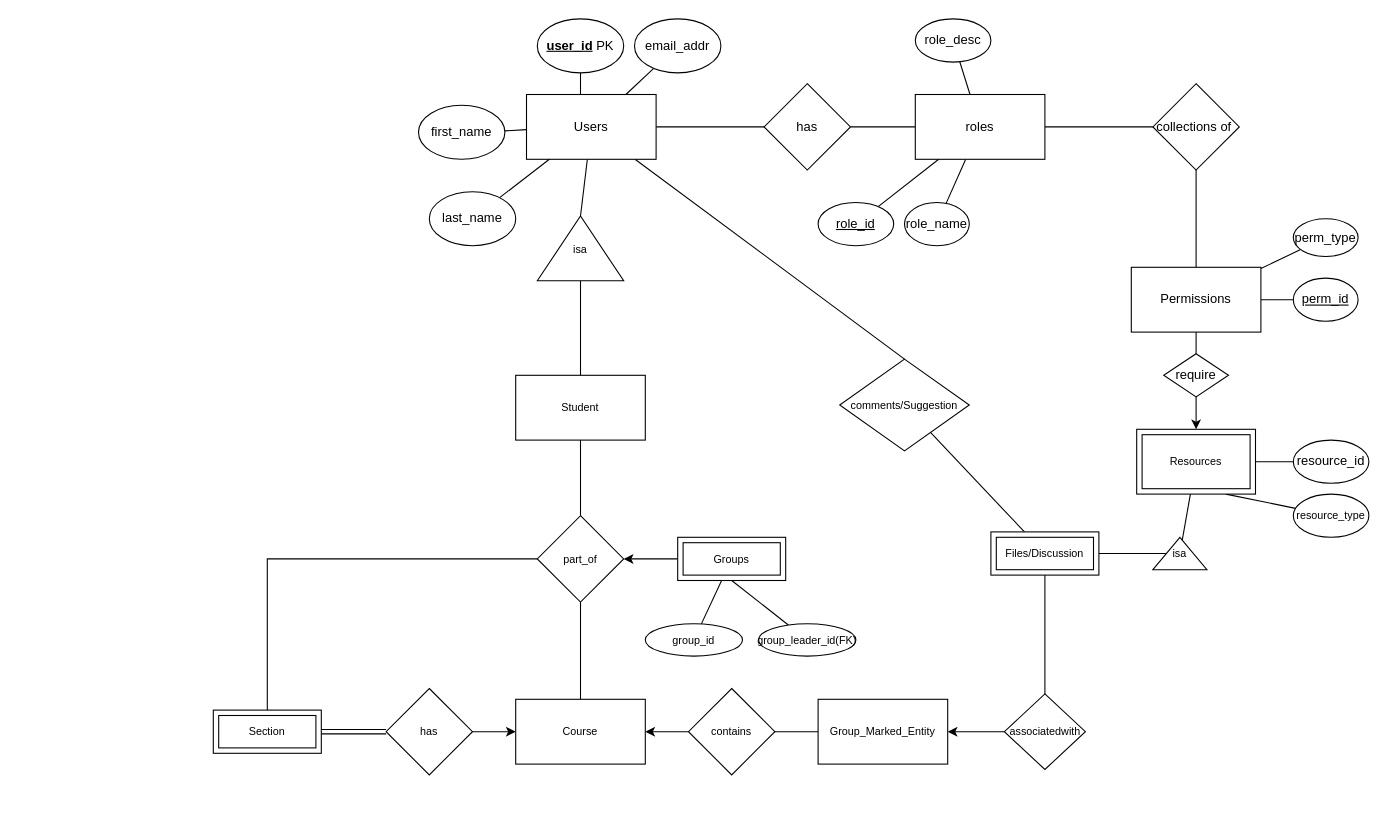
Earlier version of the draw.io diagram ERdiagram.drawio (5531CGASystem/CGA). Source tidied: cells renumbered, new cells numbered last; positions are measured from the earlier drawing's top-left corner, leaving out a move shared by most shapes. Both pictures are drawn from the tidied source at 108%, with x=0, y=0 at pixel (213, 18).
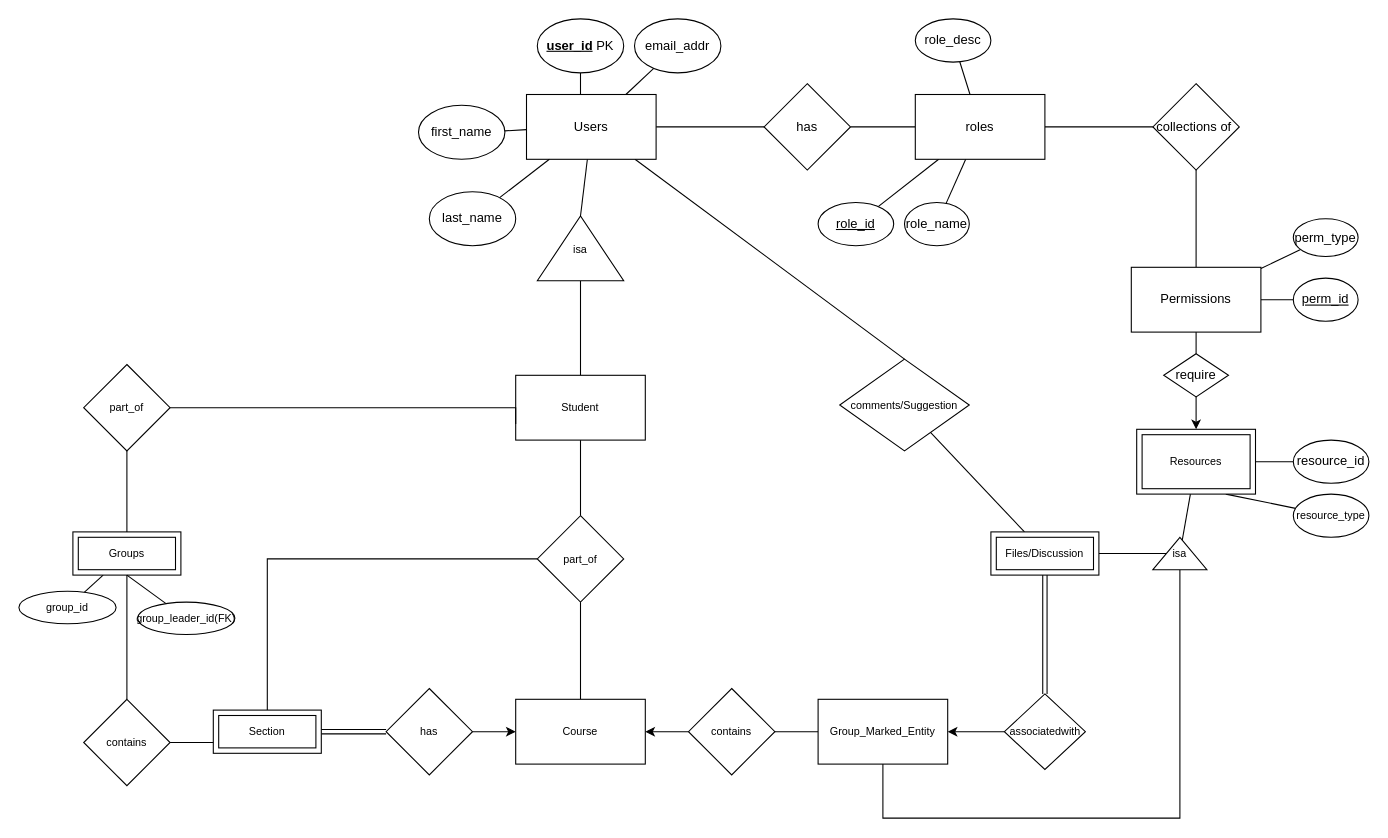
The same diagram, later.

Unchanged cells that the change refers to:
```xml
<mxCell id="41" value="Student" style="whiteSpace=wrap;html=1;fontSize=10;" parent="1" vertex="1">
  <mxGeometry x="280" y="330" width="120" height="60" as="geometry" />
</mxCell>
<mxCell id="44" value="part_of" style="rhombus;whiteSpace=wrap;html=1;fontSize=10;" parent="1" vertex="1">
  <mxGeometry x="300" y="460" width="80" height="80" as="geometry" />
</mxCell>
<mxCell id="51" value="Section" style="shape=ext;margin=3;double=1;whiteSpace=wrap;html=1;align=center;fontSize=10;strokeColor=default;fillColor=default;" parent="1" vertex="1">
  <mxGeometry y="640" width="100" height="40" as="geometry" />
</mxCell>
<mxCell id="57" value="Group_Marked_Entity" style="whiteSpace=wrap;html=1;fontSize=10;" parent="1" vertex="1">
  <mxGeometry x="560" y="630" width="120" height="60" as="geometry" />
</mxCell>
<mxCell id="64" value="isa" style="triangle;whiteSpace=wrap;html=1;fontSize=10;direction=north;" parent="1" vertex="1">
  <mxGeometry x="870" y="480" width="50" height="30" as="geometry" />
</mxCell>
<mxCell id="66" value="associatedwith" style="rhombus;whiteSpace=wrap;html=1;fontSize=10;" parent="1" vertex="1">
  <mxGeometry x="732.5" y="625" width="75" height="70" as="geometry" />
</mxCell>
<mxCell id="68" value="Files/Discussion" style="shape=ext;margin=3;double=1;whiteSpace=wrap;html=1;align=center;fontSize=10;strokeColor=default;fillColor=default;" parent="1" vertex="1">
  <mxGeometry x="720" y="475" width="100" height="40" as="geometry" />
</mxCell>
```

The edit, as a diff of the source:
```diff
@@
-    <mxCell id="43" style="edgeStyle=none;rounded=0;jettySize=auto;html=1;entryX=0;entryY=0.5;entryDx=0;entryDy=0;fontSize=10;startArrow=classic;startFill=1;endArrow=none;endFill=0;" parent="1" edge="1" source="44">
-      <mxGeometry relative="1" as="geometry">
-        <mxPoint x="430" y="500" as="targetPoint" />
-      </mxGeometry>
-    </mxCell>
@@
+    <mxCell id="70" style="edgeStyle=orthogonalEdgeStyle;rounded=0;jettySize=auto;html=1;entryX=0;entryY=0.5;entryDx=0;entryDy=0;endArrow=none;endFill=0;" parent="1" edge="1" source="57" target="64">
+      <mxGeometry relative="1" as="geometry">
+        <Array as="points">
+          <mxPoint x="620" y="740" />
+          <mxPoint x="895" y="740" />
+        </Array>
+      </mxGeometry>
+    </mxCell>
@@
+    <mxCell id="71" style="edgeStyle=orthogonalEdgeStyle;rounded=0;jettySize=auto;html=1;endArrow=none;endFill=0;" parent="1" edge="1" source="59" target="73">
+      <mxGeometry relative="1" as="geometry" />
+    </mxCell>
     <mxCell id="59" value="Groups" style="shape=ext;margin=3;double=1;whiteSpace=wrap;html=1;align=center;fontSize=10;strokeColor=default;fillColor=default;" parent="1" vertex="1">
-      <mxGeometry x="430" y="480" width="100" height="40" as="geometry" />
+      <mxGeometry x="-130" y="475" width="100" height="40" as="geometry" />
     </mxCell>
     <mxCell id="60" value="group_id" style="ellipse;whiteSpace=wrap;html=1;fontSize=10;" parent="1" vertex="1">
-      <mxGeometry x="400" y="560" width="90" height="30" as="geometry" />
+      <mxGeometry x="-180" y="530" width="90" height="30" as="geometry" />
     </mxCell>
@@
     <mxCell id="62" value="group_leader_id(FK)" style="ellipse;whiteSpace=wrap;html=1;fontSize=10;" parent="1" vertex="1">
-      <mxGeometry x="505" y="560" width="90" height="30" as="geometry" />
+      <mxGeometry x="-70" y="540" width="90" height="30" as="geometry" />
     </mxCell>
@@
-    <mxCell id="65" style="edgeStyle=none;rounded=0;jettySize=auto;html=1;fontSize=10;startArrow=none;startFill=0;endArrow=none;endFill=0;exitX=0.5;exitY=1;exitDx=0;exitDy=0;" parent="1" edge="1" source="68" target="66">
+    <mxCell id="65" style="edgeStyle=none;rounded=0;jettySize=auto;html=1;fontSize=10;startArrow=none;startFill=0;endArrow=none;endFill=0;exitX=0.5;exitY=1;exitDx=0;exitDy=0;shape=link;" parent="1" edge="1" source="68" target="66">
       <mxGeometry relative="1" as="geometry" />
     </mxCell>
@@
+    <mxCell id="72" style="edgeStyle=orthogonalEdgeStyle;rounded=0;jettySize=auto;html=1;entryX=0;entryY=0.75;entryDx=0;entryDy=0;endArrow=none;endFill=0;" parent="1" edge="1" source="73" target="51">
+      <mxGeometry relative="1" as="geometry" />
+    </mxCell>
+    <mxCell id="73" value="contains" style="rhombus;whiteSpace=wrap;html=1;fontSize=10;" parent="1" vertex="1">
+      <mxGeometry x="-120" y="630" width="80" height="80" as="geometry" />
+    </mxCell>
+    <mxCell id="74" style="edgeStyle=orthogonalEdgeStyle;rounded=0;jettySize=auto;html=1;entryX=0;entryY=0.75;entryDx=0;entryDy=0;endArrow=none;endFill=0;" parent="1" edge="1" source="76" target="41">
+      <mxGeometry relative="1" as="geometry">
+        <Array as="points">
+          <mxPoint x="280" y="360" />
+        </Array>
+      </mxGeometry>
+    </mxCell>
+    <mxCell id="75" style="edgeStyle=orthogonalEdgeStyle;rounded=0;jettySize=auto;html=1;endArrow=none;endFill=0;startArrow=none;startFill=0;" parent="1" edge="1" source="76" target="59">
+      <mxGeometry relative="1" as="geometry" />
+    </mxCell>
+    <mxCell id="76" value="part_of" style="rhombus;whiteSpace=wrap;html=1;fontSize=10;" parent="1" vertex="1">
+      <mxGeometry x="-120" y="320" width="80" height="80" as="geometry" />
+    </mxCell>
```
